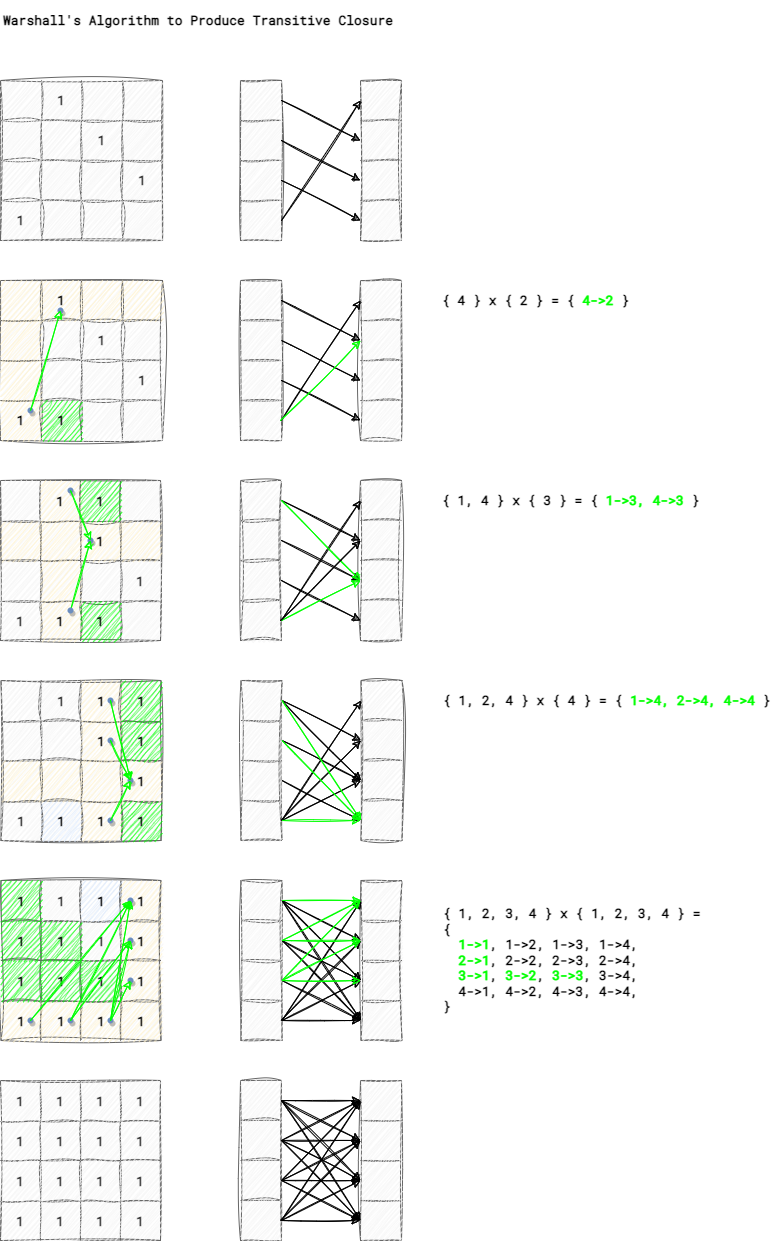
This is cheatsheet/warshalls_closure.png from Learn-Together-Pro/DiscreteMath, a draw.io export, as it was before one commit. Source tidied: cells renumbered, new cells last; positions are measured from the earlier drawing's top-left corner, leaving out a move shared by most shapes.
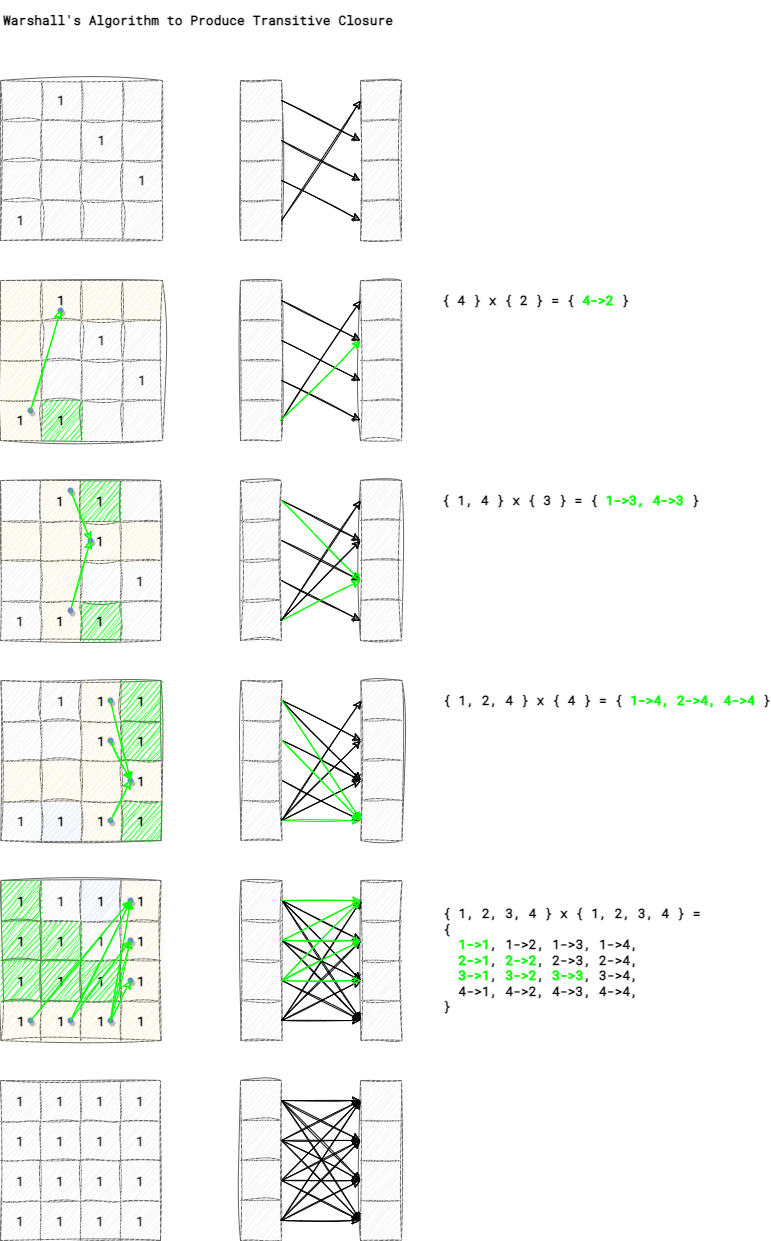
The same file after the commit.

Change to the diagram source:
```diff
@@ -754,7 +754,7 @@
         <mxPoint x="360.5" y="980" as="targetPoint" />
       </mxGeometry>
     </mxCell>
-    <mxCell id="246" value="{ 1, 2, 3, 4 } x { 1, 2, 3, 4 } =&lt;br&gt;{ &lt;br&gt;&amp;nbsp; &lt;font color=&quot;#00ff00&quot;&gt;1-&amp;gt;1&lt;/font&gt;, 1-&amp;gt;2, 1-&amp;gt;3, 1-&amp;gt;4,&lt;br&gt;&amp;nbsp; &lt;font color=&quot;#00ff00&quot;&gt;2-&amp;gt;1&lt;/font&gt;, 2-&amp;gt;2, 2-&amp;gt;3, 2-&amp;gt;4,&lt;br style=&quot;border-color: var(--border-color);&quot;&gt;&amp;nbsp; &lt;font color=&quot;#00ff00&quot;&gt;3-&amp;gt;1&lt;/font&gt;, &lt;font color=&quot;#00ff00&quot;&gt;3-&amp;gt;2&lt;/font&gt;, &lt;font color=&quot;#00ff00&quot;&gt;3-&amp;gt;3&lt;/font&gt;, 3-&amp;gt;4,&lt;br style=&quot;border-color: var(--border-color);&quot;&gt;&amp;nbsp; 4-&amp;gt;1, 4-&amp;gt;2, 4-&amp;gt;3, 4-&amp;gt;4,&lt;br style=&quot;border-color: var(--border-color);&quot;&gt;}" style="text;strokeColor=none;fillColor=none;html=1;fontSize=13;fontStyle=1;verticalAlign=middle;align=left;shadow=1;sketch=1;strokeWidth=1;fontFamily=Roboto Mono;fontSource=https%3A%2F%2Ffonts.googleapis.com%2Fcss%3Ffamily%3DRoboto%2BMono;" parent="1" vertex="1">
+    <mxCell id="246" value="{ 1, 2, 3, 4 } x { 1, 2, 3, 4 } =&lt;br&gt;{ &lt;br&gt;&amp;nbsp; &lt;font color=&quot;#00ff00&quot;&gt;1-&amp;gt;1&lt;/font&gt;, 1-&amp;gt;2, 1-&amp;gt;3, 1-&amp;gt;4,&lt;br&gt;&amp;nbsp; &lt;font color=&quot;#00ff00&quot;&gt;2-&amp;gt;1&lt;/font&gt;, &lt;font color=&quot;#00ff00&quot;&gt;2-&amp;gt;2&lt;/font&gt;, 2-&amp;gt;3, 2-&amp;gt;4,&lt;br style=&quot;border-color: var(--border-color);&quot;&gt;&amp;nbsp; &lt;font color=&quot;#00ff00&quot;&gt;3-&amp;gt;1&lt;/font&gt;, &lt;font color=&quot;#00ff00&quot;&gt;3-&amp;gt;2&lt;/font&gt;, &lt;font color=&quot;#00ff00&quot;&gt;3-&amp;gt;3&lt;/font&gt;, 3-&amp;gt;4,&lt;br style=&quot;border-color: var(--border-color);&quot;&gt;&amp;nbsp; 4-&amp;gt;1, 4-&amp;gt;2, 4-&amp;gt;3, 4-&amp;gt;4,&lt;br style=&quot;border-color: var(--border-color);&quot;&gt;}" style="text;strokeColor=none;fillColor=none;html=1;fontSize=13;fontStyle=1;verticalAlign=middle;align=left;shadow=1;sketch=1;strokeWidth=1;fontFamily=Roboto Mono;fontSource=https%3A%2F%2Ffonts.googleapis.com%2Fcss%3Ffamily%3DRoboto%2BMono;" parent="1" vertex="1">
       <mxGeometry x="440.5" y="880" width="309.5" height="160" as="geometry" />
     </mxCell>
     <mxCell id="247" style="endArrow=classic;html=1;rounded=0;sketch=1;fontSize=13;fontColor=#000000;fillColor=#d5e8d4;strokeColor=#000000;exitX=1;exitY=0.5;exitDx=0;exitDy=0;entryX=0;entryY=0.5;entryDx=0;entryDy=0;" parent="1" edge="1" source="230" target="237">
```
